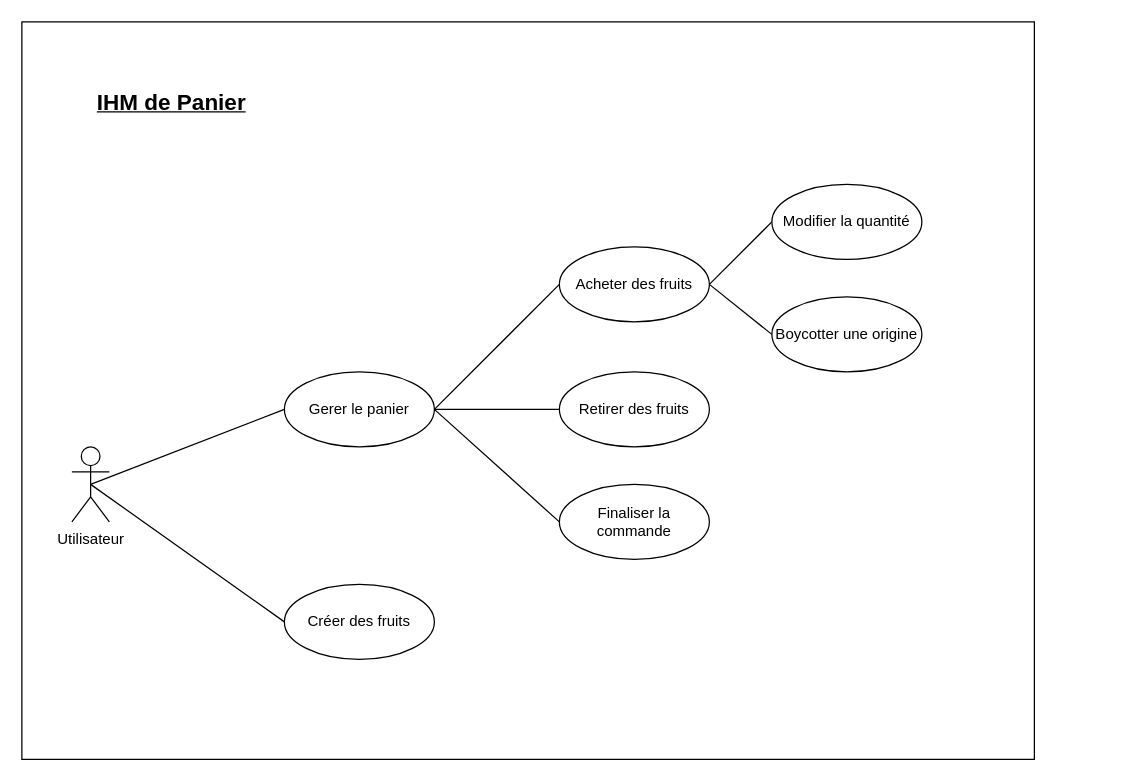
Maxime-Cllt/Projet-GL keeps this draw.io diagram as rapport/Use_Case_Panier.drawio. Above is the earlier version. Source tidied: cells renumbered, new cells numbered last; positions are measured from the earlier drawing's top-left corner, leaving out a move shared by most shapes. Both pictures are drawn from the tidied source at 125%, with x=0, y=0 at pixel (21, 21).
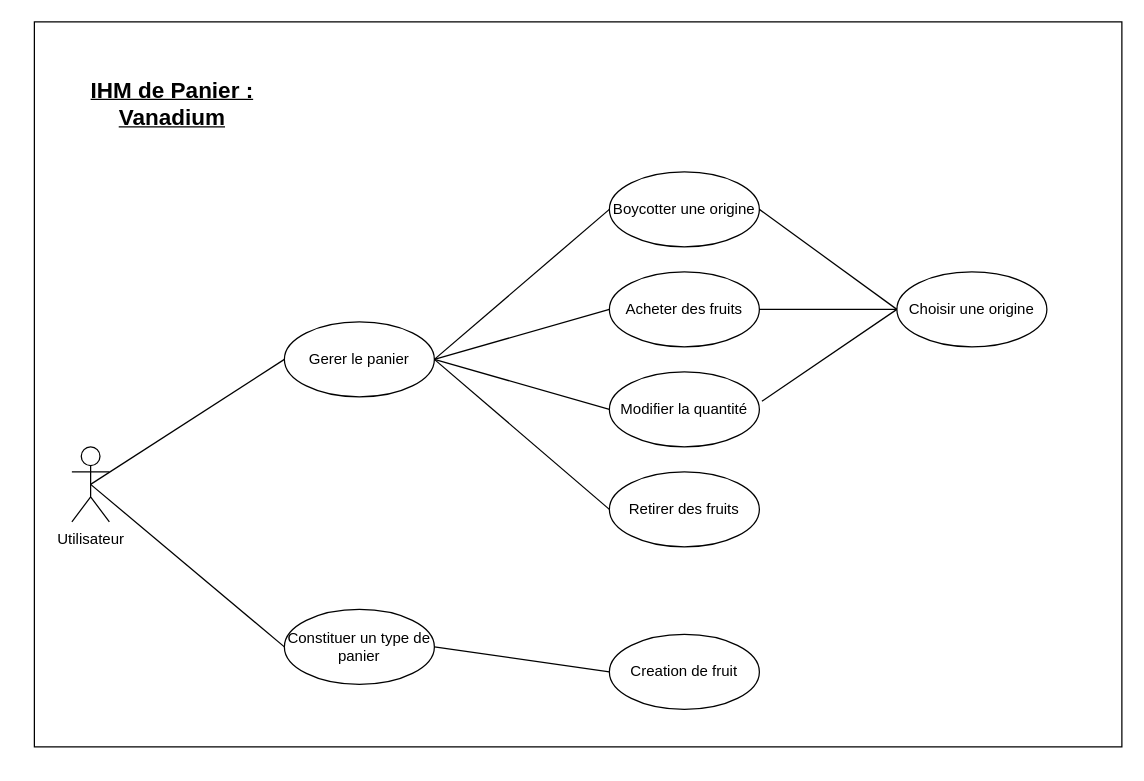
The same diagram, later.

Commit message (it also covers changes not shown here):
Modif des Diagrammes + Ajout de Screen --> #42

What changed in the source:
```diff
@@
     <mxCell id="2" style="rounded=0;whiteSpace=wrap;html=1;" parent="1" vertex="1">
-      <mxGeometry width="810" height="590" as="geometry" />
+      <mxGeometry x="10" width="870" height="580" as="geometry" />
     </mxCell>
@@
     <mxCell id="4" value="Gerer le panier" style="ellipse;whiteSpace=wrap;html=1;" parent="1" vertex="1">
-      <mxGeometry x="210" y="280" width="120" height="60" as="geometry" />
+      <mxGeometry x="210" y="240" width="120" height="60" as="geometry" />
     </mxCell>
     <mxCell id="5" value="Acheter des fruits" style="ellipse;whiteSpace=wrap;html=1;" parent="1" vertex="1">
-      <mxGeometry x="430" y="180" width="120" height="60" as="geometry" />
+      <mxGeometry x="470" y="200" width="120" height="60" as="geometry" />
     </mxCell>
     <mxCell id="6" value="Retirer des fruits" style="ellipse;whiteSpace=wrap;html=1;" parent="1" vertex="1">
-      <mxGeometry x="430" y="280" width="120" height="60" as="geometry" />
+      <mxGeometry x="470" y="360" width="120" height="60" as="geometry" />
     </mxCell>
-    <mxCell id="7" value="Finaliser la commande" style="ellipse;whiteSpace=wrap;html=1;" parent="1" vertex="1">
-      <mxGeometry x="430" y="370" width="120" height="60" as="geometry" />
-    </mxCell>
     <mxCell id="8" value="Modifier la quantité" style="ellipse;whiteSpace=wrap;html=1;" parent="1" vertex="1">
-      <mxGeometry x="600" y="130" width="120" height="60" as="geometry" />
+      <mxGeometry x="470" y="280" width="120" height="60" as="geometry" />
     </mxCell>
     <mxCell id="9" value="Boycotter une origine" style="ellipse;whiteSpace=wrap;html=1;" parent="1" vertex="1">
-      <mxGeometry x="600" y="220" width="120" height="60" as="geometry" />
+      <mxGeometry x="470" y="120" width="120" height="60" as="geometry" />
     </mxCell>
-    <mxCell id="10" style="endArrow=none;html=1;rounded=0;entryX=0;entryY=0.5;entryDx=0;entryDy=0;exitX=1;exitY=0.5;exitDx=0;exitDy=0;" parent="1" edge="1" source="5" target="8">
+    <mxCell id="10" style="endArrow=none;html=1;rounded=0;entryX=0;entryY=0.5;entryDx=0;entryDy=0;exitX=1;exitY=0.5;exitDx=0;exitDy=0;" parent="1" edge="1" source="4" target="8">
       <mxGeometry relative="1" as="geometry" />
     </mxCell>
-    <mxCell id="11" style="endArrow=none;html=1;rounded=0;exitX=1;exitY=0.5;exitDx=0;exitDy=0;entryX=0;entryY=0.5;entryDx=0;entryDy=0;" parent="1" edge="1" source="5" target="9">
+    <mxCell id="11" style="endArrow=none;html=1;rounded=0;exitX=1;exitY=0.5;exitDx=0;exitDy=0;entryX=0;entryY=0.5;entryDx=0;entryDy=0;" parent="1" edge="1" source="4" target="9">
       <mxGeometry relative="1" as="geometry" />
     </mxCell>
@@
-    <mxCell id="14" style="endArrow=none;html=1;rounded=0;entryX=1;entryY=0.5;entryDx=0;entryDy=0;exitX=0;exitY=0.5;exitDx=0;exitDy=0;" parent="1" edge="1" source="7" target="4">
-      <mxGeometry relative="1" as="geometry" />
-    </mxCell>
-    <mxCell id="15" value="&lt;font style=&quot;font-size: 18px;&quot;&gt;&lt;b&gt;&lt;u&gt;IHM de Panier&lt;/u&gt;&lt;/b&gt;&lt;/font&gt;" style="text;html=1;strokeColor=none;fillColor=none;align=center;verticalAlign=middle;whiteSpace=wrap;rounded=0;" parent="1" vertex="1">
-      <mxGeometry x="40" y="40" width="160" height="50" as="geometry" />
+    <mxCell id="15" value="&lt;font style=&quot;font-size: 18px;&quot;&gt;&lt;b&gt;&lt;u&gt;IHM de Panier : Vanadium&lt;/u&gt;&lt;/b&gt;&lt;/font&gt;" style="text;html=1;strokeColor=none;fillColor=none;align=center;verticalAlign=middle;whiteSpace=wrap;rounded=0;" parent="1" vertex="1">
+      <mxGeometry x="40" y="40" width="161" height="51" as="geometry" />
     </mxCell>
-    <mxCell id="16" value="Créer des fruits" style="ellipse;whiteSpace=wrap;html=1;" parent="1" vertex="1">
-      <mxGeometry x="210" y="450" width="120" height="60" as="geometry" />
+    <mxCell id="16" value="Constituer un type de panier" style="ellipse;whiteSpace=wrap;html=1;" parent="1" vertex="1">
+      <mxGeometry x="210" y="470" width="120" height="60" as="geometry" />
     </mxCell>
@@
+    <mxCell id="19" value="Creation de fruit" style="ellipse;whiteSpace=wrap;html=1;" parent="1" vertex="1">
+      <mxGeometry x="470" y="490" width="120" height="60" as="geometry" />
+    </mxCell>
+    <mxCell id="20" style="endArrow=none;html=1;rounded=0;entryX=0;entryY=0.5;entryDx=0;entryDy=0;exitX=1;exitY=0.5;exitDx=0;exitDy=0;" parent="1" edge="1" source="16" target="19">
+      <mxGeometry relative="1" as="geometry" />
+    </mxCell>
+    <mxCell id="21" value="Choisir une origine" style="ellipse;whiteSpace=wrap;html=1;" parent="1" vertex="1">
+      <mxGeometry x="700" y="200" width="120" height="60" as="geometry" />
+    </mxCell>
+    <mxCell id="22" style="endArrow=none;html=1;rounded=0;exitX=1;exitY=0.5;exitDx=0;exitDy=0;entryX=0;entryY=0.5;entryDx=0;entryDy=0;" parent="1" edge="1" source="5" target="21">
+      <mxGeometry relative="1" as="geometry" />
+    </mxCell>
+    <mxCell id="23" style="endArrow=none;html=1;rounded=0;exitX=1.017;exitY=0.392;exitDx=0;exitDy=0;entryX=0;entryY=0.5;entryDx=0;entryDy=0;exitPerimeter=0;" parent="1" edge="1" source="8" target="21">
+      <mxGeometry relative="1" as="geometry" />
+    </mxCell>
+    <mxCell id="24" style="endArrow=none;html=1;rounded=0;exitX=1;exitY=0.5;exitDx=0;exitDy=0;entryX=0;entryY=0.5;entryDx=0;entryDy=0;" parent="1" edge="1" source="9" target="21">
+      <mxGeometry relative="1" as="geometry" />
+    </mxCell>
```
